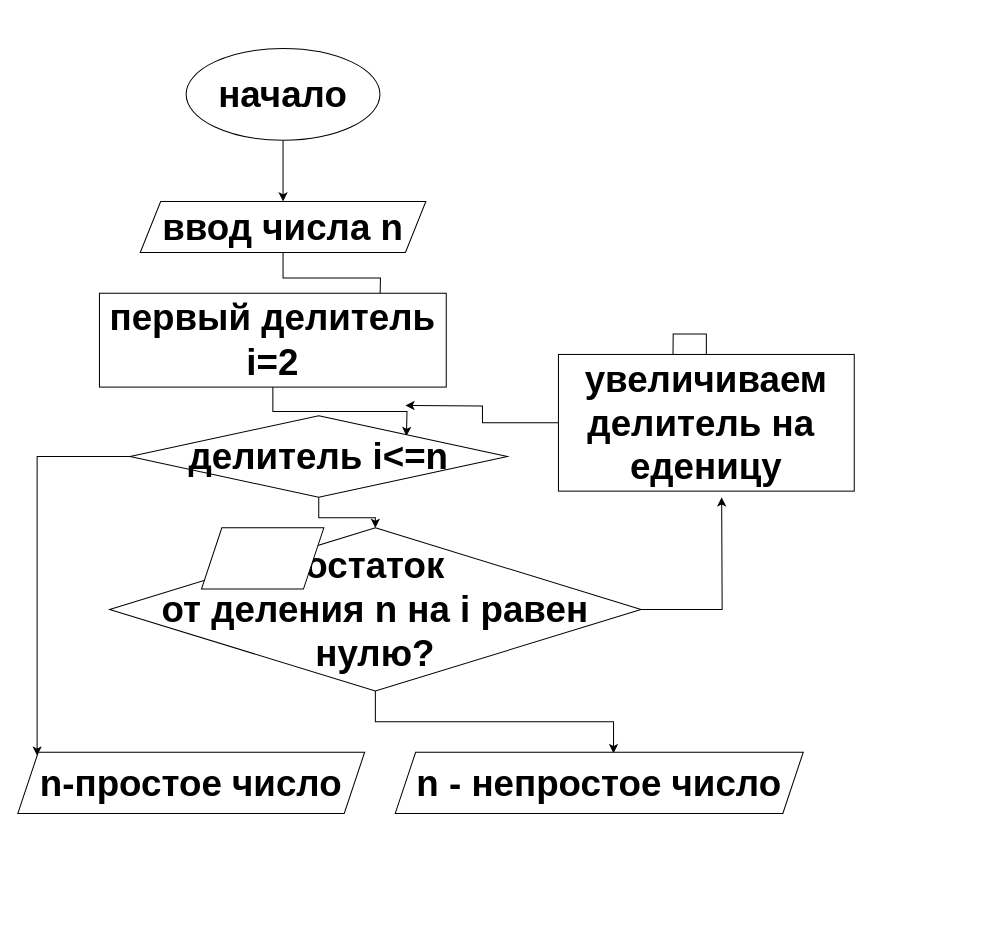
This is Untitled Diagram.drawio from icerazor1989/GbDZ, a draw.io file, before an edit. Source tidied: cells renumbered, new cells numbered last; positions are measured from the earlier drawing's top-left corner, leaving out a move shared by most shapes. Both pictures are drawn from the tidied source at 102%, with x=0, y=0 at pixel (17, 48).
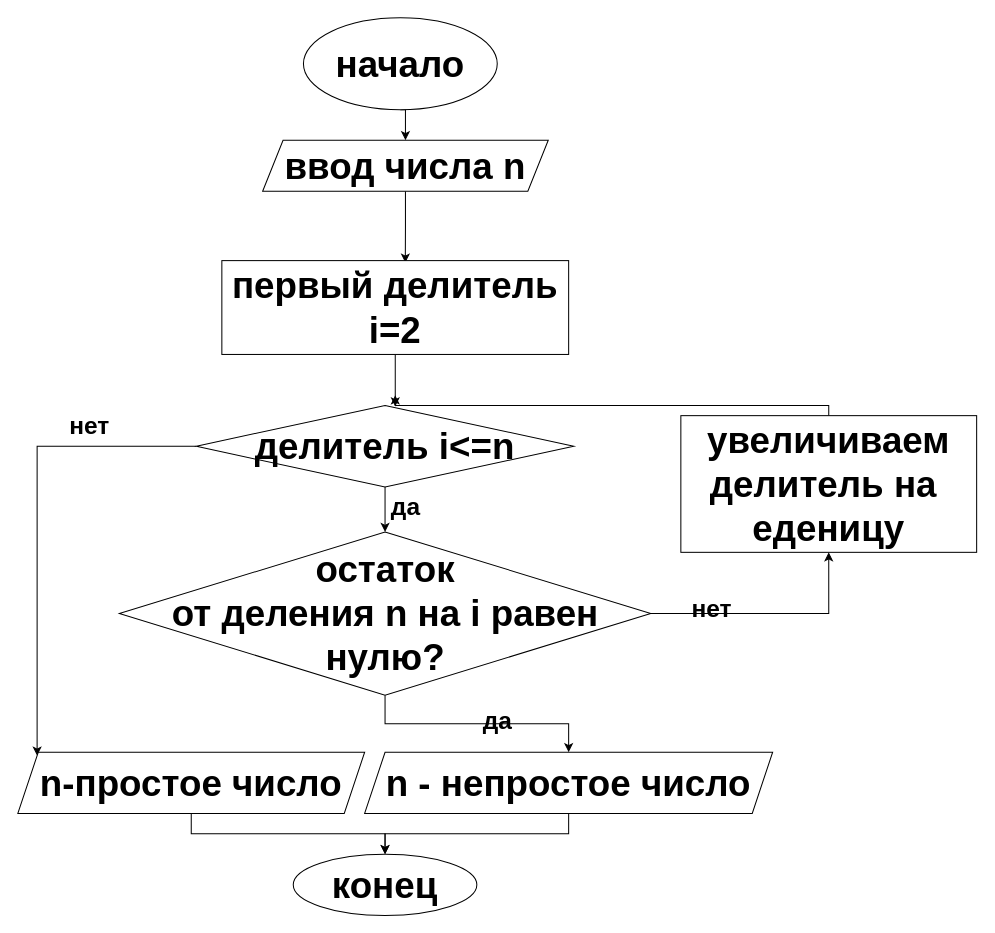
Above is the later version.

The change refers to these unchanged cells:
```xml
<mxCell id="19" value="&lt;font style=&quot;font-size: 36px&quot;&gt;&lt;b&gt;n-простое число&lt;/b&gt;&lt;/font&gt;" style="shape=parallelogram;perimeter=parallelogramPerimeter;whiteSpace=wrap;html=1;fixedSize=1;strokeColor=#000000;" parent="1" vertex="1">
  <mxGeometry y="690" width="340" height="60" as="geometry" />
</mxCell>
```

Diff of the diagram source:
```diff
@@
-    <mxCell id="2" style="edgeStyle=orthogonalEdgeStyle;rounded=0;jettySize=auto;html=1;exitX=0.5;exitY=1;exitDx=0;exitDy=0;" parent="1" edge="1" source="3" target="5">
+    <mxCell id="2" style="edgeStyle=orthogonalEdgeStyle;rounded=0;jettySize=auto;html=1;exitX=0.5;exitY=1;exitDx=0;exitDy=0;entryX=0.5;entryY=0;entryDx=0;entryDy=0;" parent="1" edge="1" source="3" target="5">
       <mxGeometry relative="1" as="geometry" />
     </mxCell>
     <mxCell id="3" value="&lt;font style=&quot;font-size: 36px&quot;&gt;&lt;b&gt;начало&lt;/b&gt;&lt;/font&gt;" style="ellipse;whiteSpace=wrap;html=1;strokeColor=#000000;" parent="1" vertex="1">
-      <mxGeometry x="165" width="190" height="90" as="geometry" />
+      <mxGeometry x="280" y="-30" width="190" height="90" as="geometry" />
     </mxCell>
-    <mxCell id="4" style="edgeStyle=orthogonalEdgeStyle;rounded=0;jettySize=auto;html=1;" parent="1" edge="1" source="5">
-      <mxGeometry relative="1" as="geometry">
-        <mxPoint x="355" y="250" as="targetPoint" />
-      </mxGeometry>
-    </mxCell>
+    <mxCell id="20" style="edgeStyle=orthogonalEdgeStyle;rounded=0;jettySize=auto;html=1;exitX=0.5;exitY=1;exitDx=0;exitDy=0;entryX=0.529;entryY=0.022;entryDx=0;entryDy=0;entryPerimeter=0;" parent="1" edge="1" source="5" target="7">
+      <mxGeometry relative="1" as="geometry" />
+    </mxCell>
     <mxCell id="5" value="&lt;font style=&quot;font-size: 36px&quot;&gt;&lt;b&gt;ввод числа n&lt;/b&gt;&lt;/font&gt;" style="shape=parallelogram;perimeter=parallelogramPerimeter;whiteSpace=wrap;html=1;fixedSize=1;strokeColor=#000000;" parent="1" vertex="1">
-      <mxGeometry x="120" y="150" width="280" height="50" as="geometry" />
+      <mxGeometry x="240" y="90" width="280" height="50" as="geometry" />
     </mxCell>
-    <mxCell id="6" style="edgeStyle=orthogonalEdgeStyle;rounded=0;jettySize=auto;html=1;" parent="1" edge="1" source="7">
-      <mxGeometry relative="1" as="geometry">
-        <mxPoint x="381" y="380" as="targetPoint" />
-      </mxGeometry>
-    </mxCell>
+    <mxCell id="21" style="edgeStyle=orthogonalEdgeStyle;rounded=0;jettySize=auto;html=1;exitX=0.5;exitY=1;exitDx=0;exitDy=0;entryX=0.527;entryY=0.013;entryDx=0;entryDy=0;entryPerimeter=0;" parent="1" edge="1" source="7" target="10">
+      <mxGeometry relative="1" as="geometry" />
+    </mxCell>
     <mxCell id="7" value="&lt;font style=&quot;font-size: 36px&quot;&gt;&lt;b&gt;первый делитель&lt;br&gt;i=2&lt;br&gt;&lt;/b&gt;&lt;/font&gt;" style="rounded=0;whiteSpace=wrap;html=1;strokeColor=#000000;" parent="1" vertex="1">
-      <mxGeometry x="80" y="240" width="340" height="92" as="geometry" />
+      <mxGeometry x="200" y="208" width="340" height="92" as="geometry" />
     </mxCell>
-    <mxCell id="8" style="edgeStyle=orthogonalEdgeStyle;rounded=0;jettySize=auto;html=1;" parent="1" edge="1" source="10" target="16">
+    <mxCell id="8" style="edgeStyle=orthogonalEdgeStyle;rounded=0;jettySize=auto;html=1;exitX=0.5;exitY=1;exitDx=0;exitDy=0;entryX=0.5;entryY=0;entryDx=0;entryDy=0;" parent="1" edge="1" source="10" target="16">
       <mxGeometry relative="1" as="geometry" />
     </mxCell>
@@
     <mxCell id="10" value="&lt;font style=&quot;font-size: 36px&quot;&gt;&lt;b&gt;делитель i&amp;lt;=n&lt;/b&gt;&lt;/font&gt;" style="rhombus;whiteSpace=wrap;html=1;strokeColor=#000000;" parent="1" vertex="1">
-      <mxGeometry x="110" y="360" width="370" height="80" as="geometry" />
+      <mxGeometry x="175" y="350" width="370" height="80" as="geometry" />
     </mxCell>
-    <mxCell id="11" style="edgeStyle=orthogonalEdgeStyle;rounded=0;jettySize=auto;html=1;" parent="1" edge="1" source="13">
-      <mxGeometry relative="1" as="geometry">
-        <mxPoint x="642" y="330" as="targetPoint" />
-      </mxGeometry>
-    </mxCell>
-    <mxCell id="12" style="edgeStyle=orthogonalEdgeStyle;rounded=0;jettySize=auto;html=1;" parent="1" edge="1" source="13">
-      <mxGeometry relative="1" as="geometry">
-        <mxPoint x="380" y="350" as="targetPoint" />
-      </mxGeometry>
-    </mxCell>
+    <mxCell id="22" style="edgeStyle=elbowEdgeStyle;rounded=0;jettySize=auto;elbow=vertical;html=1;" parent="1" edge="1" source="13">
+      <mxGeometry relative="1" as="geometry">
+        <mxPoint x="370" y="340" as="targetPoint" />
+      </mxGeometry>
+    </mxCell>
     <mxCell id="13" value="&lt;font style=&quot;font-size: 36px&quot;&gt;&lt;b&gt;увеличиваем&lt;br&gt;делитель на&amp;nbsp;&lt;br&gt;еденицу&lt;br&gt;&lt;/b&gt;&lt;/font&gt;" style="rounded=0;whiteSpace=wrap;html=1;strokeColor=#000000;" parent="1" vertex="1">
-      <mxGeometry x="530" y="300" width="290" height="134" as="geometry" />
+      <mxGeometry x="650" y="360" width="290" height="134" as="geometry" />
     </mxCell>
-    <mxCell id="14" style="edgeStyle=orthogonalEdgeStyle;rounded=0;jettySize=auto;html=1;" parent="1" edge="1" source="16">
-      <mxGeometry relative="1" as="geometry">
-        <mxPoint x="690" y="440" as="targetPoint" />
-      </mxGeometry>
-    </mxCell>
-    <mxCell id="15" style="edgeStyle=orthogonalEdgeStyle;rounded=0;jettySize=auto;html=1;exitX=0.5;exitY=1;exitDx=0;exitDy=0;entryX=0.535;entryY=0.017;entryDx=0;entryDy=0;entryPerimeter=0;" parent="1" edge="1" source="16" target="17">
+    <mxCell id="15" style="edgeStyle=orthogonalEdgeStyle;rounded=0;jettySize=auto;html=1;exitX=0.5;exitY=1;exitDx=0;exitDy=0;" parent="1" edge="1" source="16" target="17">
       <mxGeometry relative="1" as="geometry" />
     </mxCell>
+    <mxCell id="23" style="edgeStyle=orthogonalEdgeStyle;rounded=0;jettySize=auto;html=1;exitX=1;exitY=0.5;exitDx=0;exitDy=0;entryX=0.5;entryY=1;entryDx=0;entryDy=0;" parent="1" edge="1" source="16" target="13">
+      <mxGeometry relative="1" as="geometry" />
+    </mxCell>
     <mxCell id="16" value="&lt;font style=&quot;font-size: 36px&quot;&gt;&lt;b&gt;остаток &lt;br&gt;от деления n на i равен&lt;br&gt;нулю?&lt;br&gt;&lt;/b&gt;&lt;/font&gt;" style="rhombus;whiteSpace=wrap;html=1;strokeColor=#000000;" parent="1" vertex="1">
-      <mxGeometry x="90" y="470" width="521" height="160" as="geometry" />
+      <mxGeometry x="99.5" y="474" width="521" height="160" as="geometry" />
     </mxCell>
+    <mxCell id="24" style="edgeStyle=elbowEdgeStyle;rounded=0;jettySize=auto;elbow=vertical;html=1;exitX=0.5;exitY=1;exitDx=0;exitDy=0;" parent="1" edge="1" source="17">
+      <mxGeometry relative="1" as="geometry">
+        <mxPoint x="360" y="790" as="targetPoint" />
+      </mxGeometry>
+    </mxCell>
     <mxCell id="17" value="&lt;font style=&quot;font-size: 36px&quot;&gt;&lt;b&gt;n - непростое число&lt;/b&gt;&lt;/font&gt;" style="shape=parallelogram;perimeter=parallelogramPerimeter;whiteSpace=wrap;html=1;fixedSize=1;strokeColor=#000000;" parent="1" vertex="1">
-      <mxGeometry x="370" y="690" width="400" height="60" as="geometry" />
+      <mxGeometry x="340" y="690" width="400" height="60" as="geometry" />
     </mxCell>
-    <mxCell id="18" style="shape=parallelogram;perimeter=parallelogramPerimeter;whiteSpace=wrap;html=1;fixedSize=1;strokeColor=#000000;" parent="1" vertex="1">
-      <mxGeometry x="180" y="470" width="120" height="60" as="geometry" />
-    </mxCell>
+    <mxCell id="25" style="edgeStyle=elbowEdgeStyle;rounded=0;jettySize=auto;elbow=vertical;html=1;entryX=0.5;entryY=0;entryDx=0;entryDy=0;" parent="1" edge="1" source="19" target="26">
+      <mxGeometry relative="1" as="geometry" />
+    </mxCell>
@@
+    <mxCell id="26" value="&lt;font style=&quot;font-size: 36px&quot;&gt;&lt;b&gt;конец&lt;/b&gt;&lt;/font&gt;" style="ellipse;whiteSpace=wrap;html=1;strokeColor=#000000;" parent="1" vertex="1">
+      <mxGeometry x="270" y="790" width="180" height="60" as="geometry" />
+    </mxCell>
+    <mxCell id="27" value="&lt;font style=&quot;font-size: 24px&quot;&gt;&lt;b&gt;нет&lt;/b&gt;&lt;/font&gt;" style="text;html=1;align=center;verticalAlign=middle;strokeColor=none;" parent="1" vertex="1">
+      <mxGeometry x="45" y="360" width="50" height="20" as="geometry" />
+    </mxCell>
+    <mxCell id="28" value="&lt;span style=&quot;font-size: 24px&quot;&gt;&lt;b&gt;нет&lt;/b&gt;&lt;/span&gt;" style="text;html=1;align=center;verticalAlign=middle;strokeColor=none;" parent="1" vertex="1">
+      <mxGeometry x="655" y="540" width="50" height="20" as="geometry" />
+    </mxCell>
+    <mxCell id="29" value="&lt;font style=&quot;font-size: 24px&quot;&gt;&lt;b&gt;да&lt;/b&gt;&lt;/font&gt;" style="text;html=1;align=center;verticalAlign=middle;strokeColor=none;" parent="1" vertex="1">
+      <mxGeometry x="450" y="650" width="40" height="20" as="geometry" />
+    </mxCell>
+    <mxCell id="30" value="&lt;font style=&quot;font-size: 24px&quot;&gt;&lt;b&gt;да&lt;/b&gt;&lt;/font&gt;" style="text;html=1;align=center;verticalAlign=middle;strokeColor=none;" parent="1" vertex="1">
+      <mxGeometry x="360" y="440" width="40" height="20" as="geometry" />
+    </mxCell>
```
